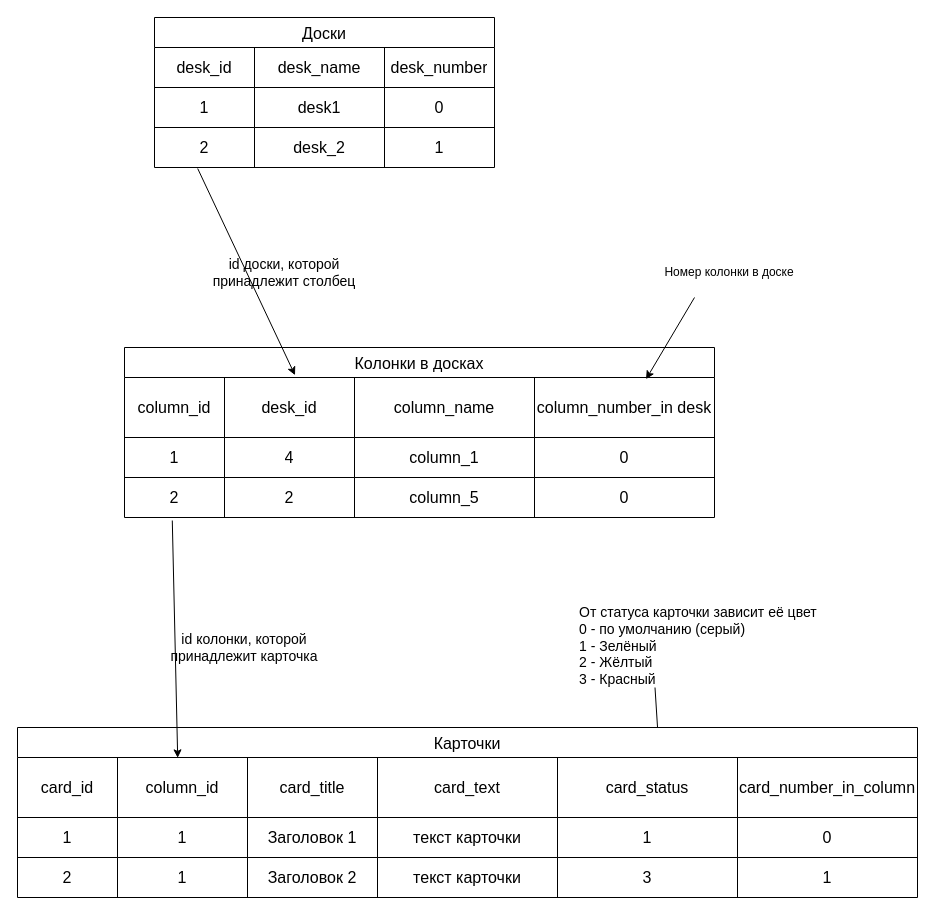
Before: page "БД" (1 of 4) of 2.drawio in Ser4ey/FEFI_project5, a draw.io diagram. Source tidied: cells renumbered, new cells numbered last; positions are measured from the earlier drawing's top-left corner, leaving out a move shared by most shapes. Both pictures are drawn from the tidied source at 100%, with x=0, y=0 at pixel (17, 17).
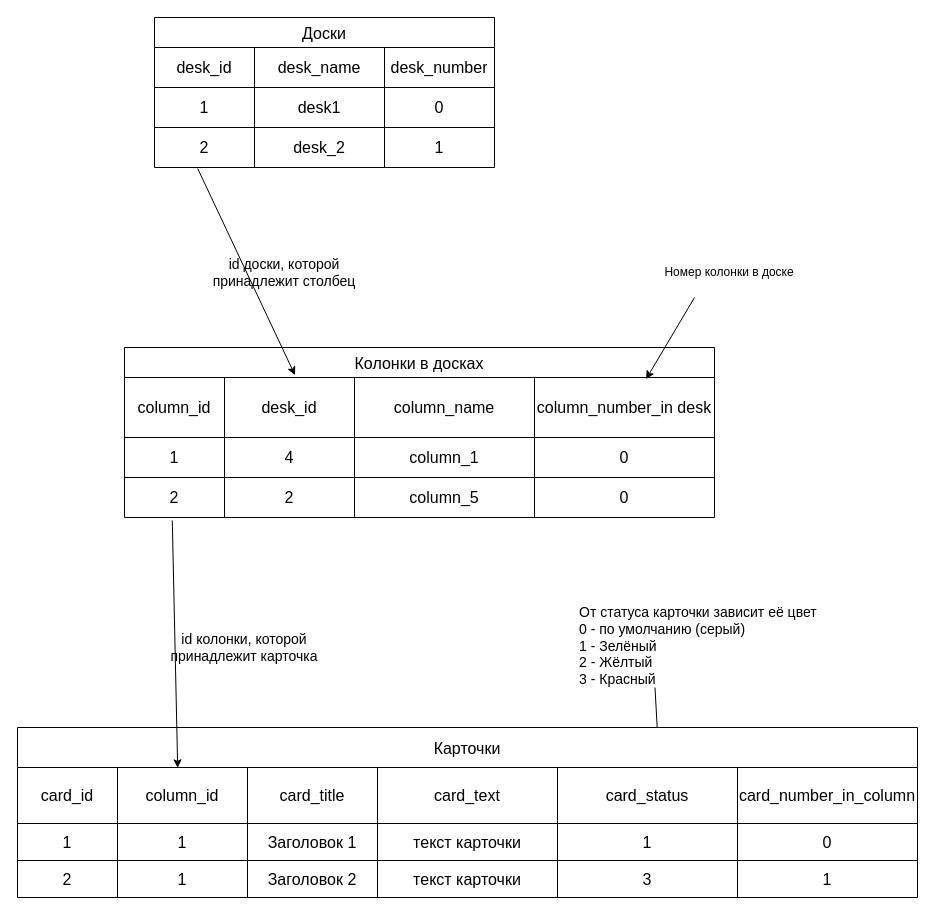
Above is the later version.

Diff of the diagram source:
```diff
@@
-    <mxCell id="37" value="Карточки" style="shape=table;startSize=30;childLayout=tableLayout;strokeColor=default;fontSize=16;" parent="1" vertex="1">
+    <mxCell id="37" value="Карточки" style="shape=table;startSize=40;childLayout=tableLayout;strokeColor=default;fontSize=16;" parent="1" vertex="1">
       <mxGeometry y="710" width="900" height="170" as="geometry" />
     </mxCell>
     <mxCell id="38" style="shape=tableRow;horizontal=0;startSize=0;swimlaneHead=0;swimlaneBody=0;strokeColor=inherit;top=0;left=0;bottom=0;right=0;fillColor=none;points=[[0,0.5],[1,0.5]];portConstraint=eastwest;fontSize=16;" parent="37" vertex="1">
-      <mxGeometry y="30" width="900" height="60" as="geometry" />
+      <mxGeometry y="40" width="900" height="56" as="geometry" />
     </mxCell>
     <mxCell id="39" value="card_id" style="shape=partialRectangle;html=1;whiteSpace=wrap;strokeColor=inherit;overflow=hidden;fillColor=none;top=0;left=0;bottom=0;right=0;fontSize=16;" parent="38" vertex="1">
-      <mxGeometry width="100" height="60" as="geometry" />
+      <mxGeometry width="100" height="56" as="geometry" />
     </mxCell>
     <mxCell id="40" value="column_id" style="shape=partialRectangle;html=1;whiteSpace=wrap;strokeColor=inherit;overflow=hidden;fillColor=none;top=0;left=0;bottom=0;right=0;fontSize=16;" parent="38" vertex="1">
-      <mxGeometry x="100" width="130" height="60" as="geometry" />
+      <mxGeometry x="100" width="130" height="56" as="geometry" />
     </mxCell>
     <mxCell id="41" value="card_title" style="shape=partialRectangle;html=1;whiteSpace=wrap;strokeColor=inherit;overflow=hidden;fillColor=none;top=0;left=0;bottom=0;right=0;fontSize=16;" parent="38" vertex="1">
-      <mxGeometry x="230" width="130" height="60" as="geometry" />
+      <mxGeometry x="230" width="130" height="56" as="geometry" />
     </mxCell>
     <mxCell id="42" value="card_text" style="shape=partialRectangle;html=1;whiteSpace=wrap;strokeColor=inherit;overflow=hidden;fillColor=none;top=0;left=0;bottom=0;right=0;fontSize=16;" parent="38" vertex="1">
-      <mxGeometry x="360" width="180" height="60" as="geometry" />
+      <mxGeometry x="360" width="180" height="56" as="geometry" />
     </mxCell>
     <mxCell id="43" value="card_status" style="shape=partialRectangle;html=1;whiteSpace=wrap;strokeColor=inherit;overflow=hidden;fillColor=none;top=0;left=0;bottom=0;right=0;fontSize=16;" parent="38" vertex="1">
-      <mxGeometry x="540" width="180" height="60" as="geometry" />
+      <mxGeometry x="540" width="180" height="56" as="geometry" />
     </mxCell>
     <mxCell id="44" value="card_number_in_column" style="shape=partialRectangle;html=1;whiteSpace=wrap;strokeColor=inherit;overflow=hidden;fillColor=none;top=0;left=0;bottom=0;right=0;fontSize=16;" parent="38" vertex="1">
-      <mxGeometry x="720" width="180" height="60" as="geometry" />
+      <mxGeometry x="720" width="180" height="56" as="geometry" />
     </mxCell>
     <mxCell id="45" style="shape=tableRow;horizontal=0;startSize=0;swimlaneHead=0;swimlaneBody=0;strokeColor=inherit;top=0;left=0;bottom=0;right=0;fillColor=none;fontSize=16;" parent="37" vertex="1">
-      <mxGeometry y="90" width="900" height="40" as="geometry" />
+      <mxGeometry y="96" width="900" height="37" as="geometry" />
     </mxCell>
     <mxCell id="46" value="1" style="shape=partialRectangle;html=1;whiteSpace=wrap;strokeColor=inherit;overflow=hidden;fillColor=none;top=0;left=0;bottom=0;right=0;fontSize=16;" parent="45" vertex="1">
-      <mxGeometry width="100" height="40" as="geometry" />
+      <mxGeometry width="100" height="37" as="geometry" />
     </mxCell>
     <mxCell id="47" value="1" style="shape=partialRectangle;html=1;whiteSpace=wrap;strokeColor=inherit;overflow=hidden;fillColor=none;top=0;left=0;bottom=0;right=0;fontSize=16;" parent="45" vertex="1">
-      <mxGeometry x="100" width="130" height="40" as="geometry" />
+      <mxGeometry x="100" width="130" height="37" as="geometry" />
     </mxCell>
     <mxCell id="48" value="Заголовок 1" style="shape=partialRectangle;html=1;whiteSpace=wrap;strokeColor=inherit;overflow=hidden;fillColor=none;top=0;left=0;bottom=0;right=0;fontSize=16;" parent="45" vertex="1">
-      <mxGeometry x="230" width="130" height="40" as="geometry" />
+      <mxGeometry x="230" width="130" height="37" as="geometry" />
     </mxCell>
     <mxCell id="49" value="текст карточки" style="shape=partialRectangle;html=1;whiteSpace=wrap;strokeColor=inherit;overflow=hidden;fillColor=none;top=0;left=0;bottom=0;right=0;fontSize=16;" parent="45" vertex="1">
-      <mxGeometry x="360" width="180" height="40" as="geometry" />
+      <mxGeometry x="360" width="180" height="37" as="geometry" />
     </mxCell>
     <mxCell id="50" value="1" style="shape=partialRectangle;html=1;whiteSpace=wrap;strokeColor=inherit;overflow=hidden;fillColor=none;top=0;left=0;bottom=0;right=0;fontSize=16;" parent="45" vertex="1">
-      <mxGeometry x="540" width="180" height="40" as="geometry" />
+      <mxGeometry x="540" width="180" height="37" as="geometry" />
     </mxCell>
     <mxCell id="51" value="0" style="shape=partialRectangle;html=1;whiteSpace=wrap;strokeColor=inherit;overflow=hidden;fillColor=none;top=0;left=0;bottom=0;right=0;fontSize=16;" parent="45" vertex="1">
-      <mxGeometry x="720" width="180" height="40" as="geometry" />
+      <mxGeometry x="720" width="180" height="37" as="geometry" />
     </mxCell>
     <mxCell id="52" style="shape=tableRow;horizontal=0;startSize=0;swimlaneHead=0;swimlaneBody=0;strokeColor=inherit;top=0;left=0;bottom=0;right=0;fillColor=none;fontSize=16;" parent="37" vertex="1">
-      <mxGeometry y="130" width="900" height="40" as="geometry" />
+      <mxGeometry y="133" width="900" height="37" as="geometry" />
     </mxCell>
     <mxCell id="53" value="2" style="shape=partialRectangle;html=1;whiteSpace=wrap;strokeColor=inherit;overflow=hidden;fillColor=none;top=0;left=0;bottom=0;right=0;fontSize=16;" parent="52" vertex="1">
-      <mxGeometry width="100" height="40" as="geometry" />
+      <mxGeometry width="100" height="37" as="geometry" />
     </mxCell>
     <mxCell id="54" value="1" style="shape=partialRectangle;html=1;whiteSpace=wrap;strokeColor=inherit;overflow=hidden;fillColor=none;top=0;left=0;bottom=0;right=0;fontSize=16;" parent="52" vertex="1">
-      <mxGeometry x="100" width="130" height="40" as="geometry" />
+      <mxGeometry x="100" width="130" height="37" as="geometry" />
     </mxCell>
     <mxCell id="55" value="Заголовок 2" style="shape=partialRectangle;html=1;whiteSpace=wrap;strokeColor=inherit;overflow=hidden;fillColor=none;top=0;left=0;bottom=0;right=0;fontSize=16;" parent="52" vertex="1">
-      <mxGeometry x="230" width="130" height="40" as="geometry" />
+      <mxGeometry x="230" width="130" height="37" as="geometry" />
     </mxCell>
     <mxCell id="56" value="текст карточки" style="shape=partialRectangle;html=1;whiteSpace=wrap;strokeColor=inherit;overflow=hidden;fillColor=none;top=0;left=0;bottom=0;right=0;fontSize=16;" parent="52" vertex="1">
-      <mxGeometry x="360" width="180" height="40" as="geometry" />
+      <mxGeometry x="360" width="180" height="37" as="geometry" />
     </mxCell>
     <mxCell id="57" value="3" style="shape=partialRectangle;html=1;whiteSpace=wrap;strokeColor=inherit;overflow=hidden;fillColor=none;top=0;left=0;bottom=0;right=0;fontSize=16;" parent="52" vertex="1">
-      <mxGeometry x="540" width="180" height="40" as="geometry" />
+      <mxGeometry x="540" width="180" height="37" as="geometry" />
     </mxCell>
     <mxCell id="58" value="1" style="shape=partialRectangle;html=1;whiteSpace=wrap;strokeColor=inherit;overflow=hidden;fillColor=none;top=0;left=0;bottom=0;right=0;fontSize=16;" parent="52" vertex="1">
-      <mxGeometry x="720" width="180" height="40" as="geometry" />
+      <mxGeometry x="720" width="180" height="37" as="geometry" />
     </mxCell>
```
